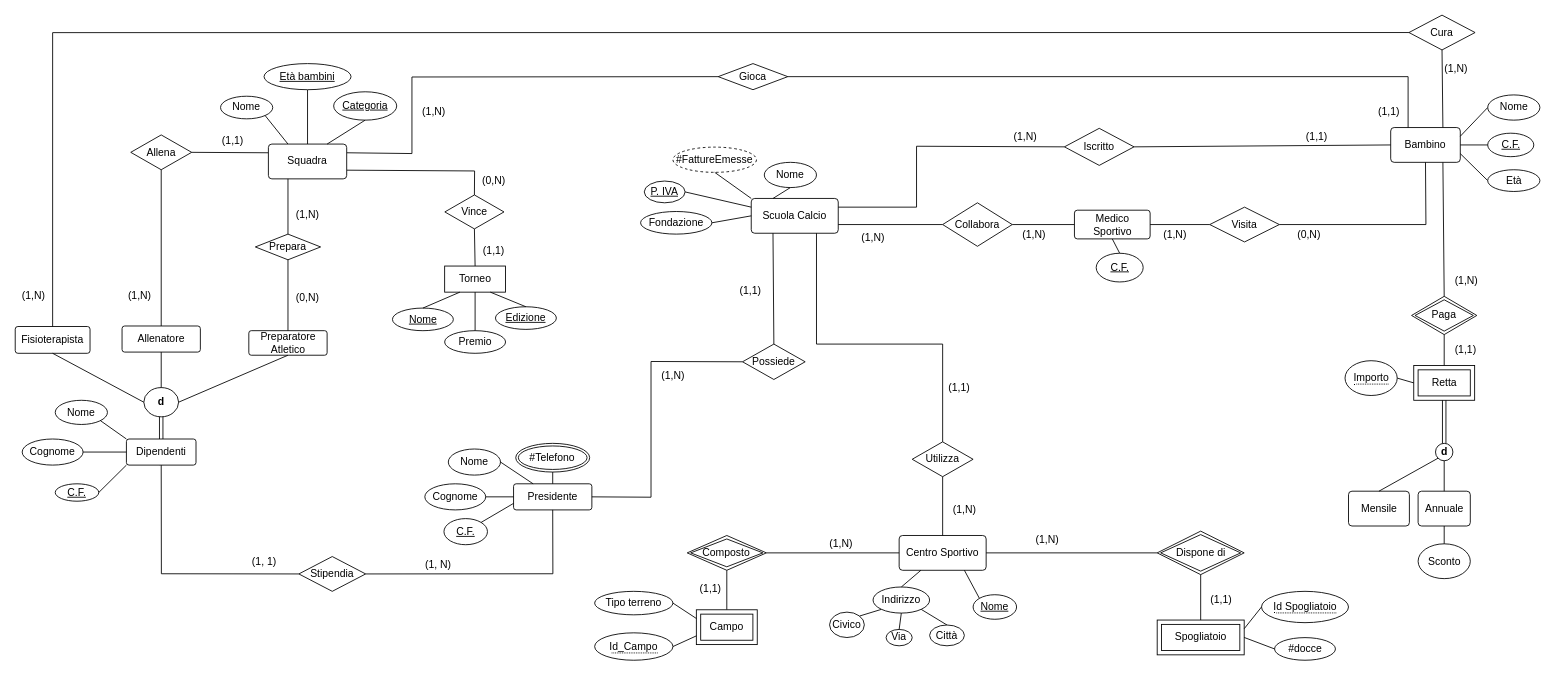
This is modelli/EER.drawio from YantCaccia/Progetto-Basi-di-Dati, a draw.io file, before an edit. Source tidied: cells renumbered, new cells numbered last; positions are measured from the earlier drawing's top-left corner, leaving out a move shared by most shapes. Both pictures are drawn from the tidied source at 87%, with x=0, y=0 at pixel (15, 15).
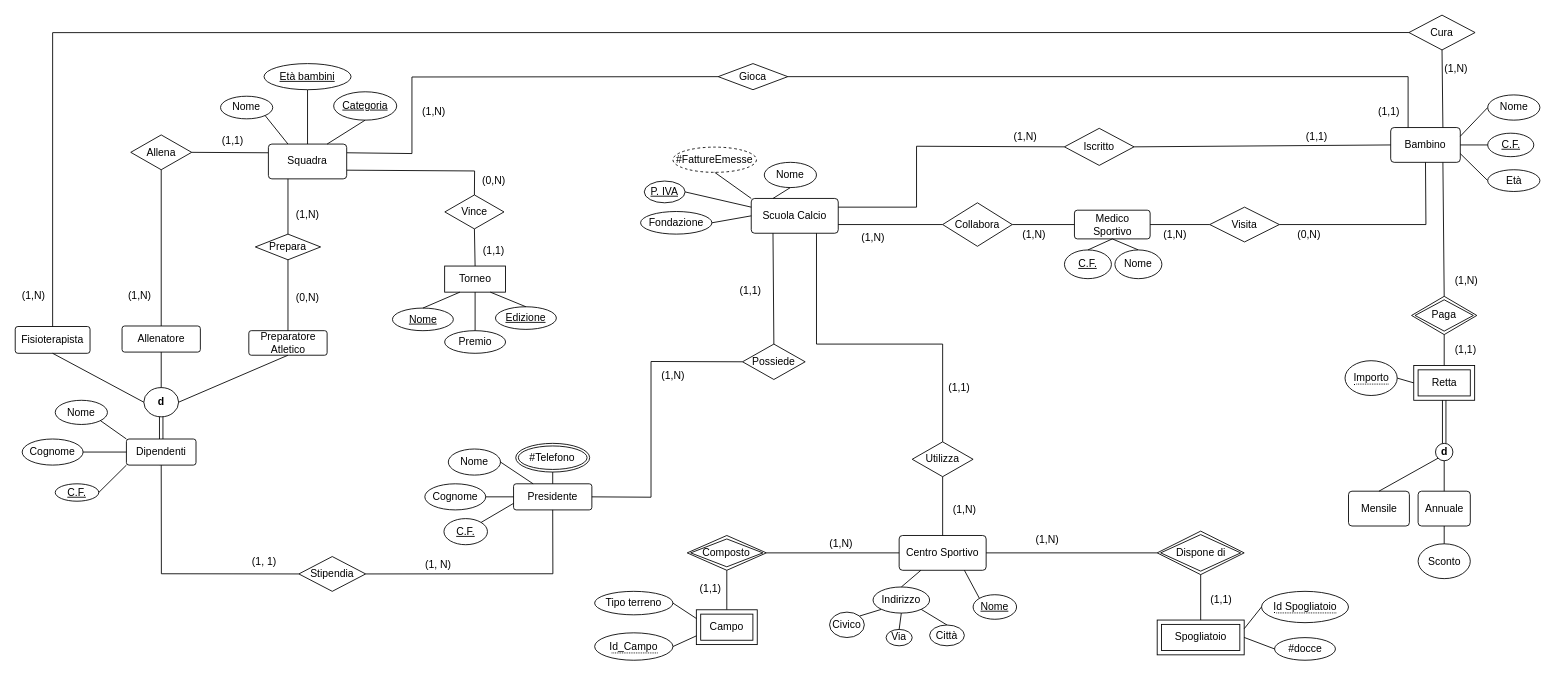
Above is the later version.

Unchanged cells that the change refers to:
```xml
<mxCell id="90" value="Medico Sportivo" style="rounded=1;arcSize=10;whiteSpace=wrap;html=1;align=center;" parent="1" vertex="1">
  <mxGeometry x="1217.5" y="224.1" width="87" height="33" as="geometry" />
</mxCell>
```

Change to the diagram source:
```diff
@@
     <mxCell id="91" value="&lt;u&gt;C.F.&lt;/u&gt;" style="ellipse;whiteSpace=wrap;html=1;align=center;" parent="1" vertex="1">
-      <mxGeometry x="1242.5" y="273.6" width="54" height="33" as="geometry" />
+      <mxGeometry x="1206" y="269.8" width="54" height="33" as="geometry" />
     </mxCell>
@@
+    <mxCell id="163" style="rounded=0;jettySize=auto;html=1;exitX=0.5;exitY=0;exitDx=0;exitDy=0;entryX=0.5;entryY=1;entryDx=0;entryDy=0;endArrow=none;endFill=0;" parent="1" edge="1" source="164" target="90">
+      <mxGeometry relative="1" as="geometry" />
+    </mxCell>
+    <mxCell id="164" value="Nome" style="ellipse;whiteSpace=wrap;html=1;align=center;" parent="1" vertex="1">
+      <mxGeometry x="1264" y="269.8" width="54" height="33" as="geometry" />
+    </mxCell>
```
